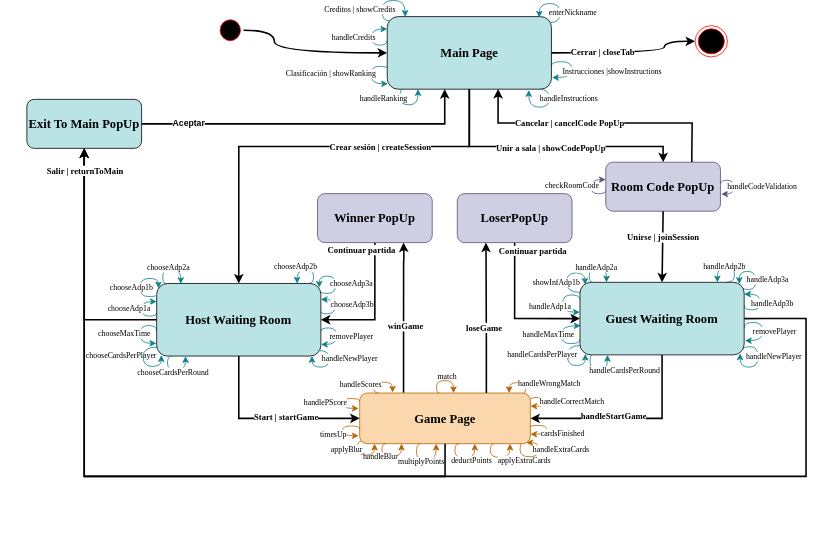
Earlier version of the draw.io export design/images/automata/automatonClient.svg (ximenaGdur/Lince-Web-App). Source tidied: cells renumbered, new cells last; positions are measured from the earlier drawing's top-left corner, leaving out a move shared by most shapes.
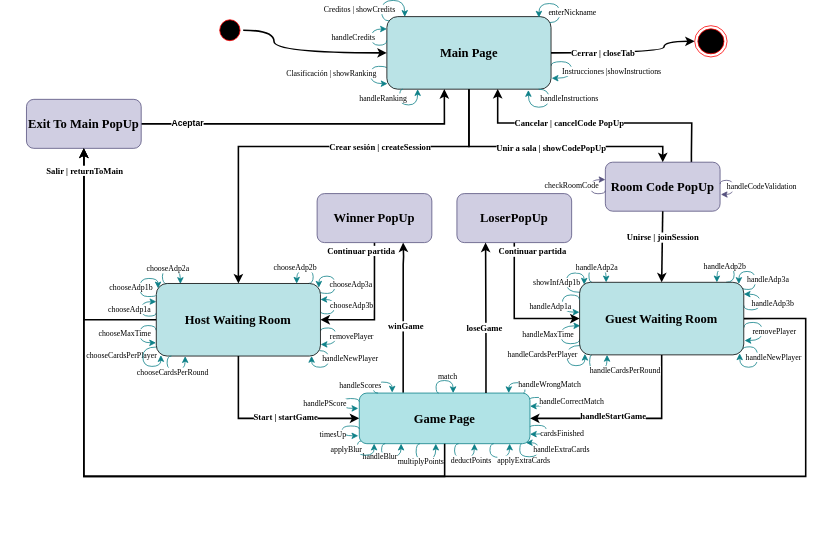
After the change.

Commit message:
Avance04: Contenido XHTML/imágenes

Arreglando los colores de los estados

The edit, as a diff of the source:
```diff
@@ -262,7 +262,7 @@
     <mxCell id="46" value="&lt;b&gt;Aceptar&lt;/b&gt;" style="edgeLabel;html=1;align=center;verticalAlign=middle;" parent="44" vertex="1">
       <mxGeometry x="-0.73" y="1" relative="1" as="geometry" />
     </mxCell>
-    <mxCell id="47" value="&lt;font style=&quot;font-size: 16px;&quot;&gt;Exit To Main PopUp&lt;/font&gt;" style="shape=rect;rounded=1;html=1;whiteSpace=wrap;align=center;fillColor=#BAE3E6;fontFamily=Times New Roman;fontSize=8;fontStyle=1;" parent="1" vertex="1">
+    <mxCell id="47" value="&lt;font style=&quot;font-size: 16px;&quot;&gt;Exit To Main PopUp&lt;/font&gt;" style="shape=rect;rounded=1;html=1;whiteSpace=wrap;align=center;fillColor=#d0cee2;fontFamily=Times New Roman;fontSize=8;fontStyle=1;strokeColor=#56517e;" parent="1" vertex="1">
       <mxGeometry y="126" width="146.1" height="62.4" as="geometry" />
     </mxCell>
     <mxCell id="48" style="edgeStyle=orthogonalEdgeStyle;rounded=0;jettySize=auto;html=1;exitX=1;exitY=0.5;exitDx=0;exitDy=0;entryX=0.5;entryY=1;entryDx=0;entryDy=0;strokeWidth=2;fontFamily=Times New Roman;" parent="1" edge="1" source="91" target="47">
@@ -614,10 +614,10 @@
     <mxCell id="99" value="handleNewPlayer" style="edgeLabel;html=1;align=center;verticalAlign=middle;fontFamily=Times New Roman;fontSize=10;" parent="76" vertex="1">
       <mxGeometry x="294" y="116" as="geometry" />
     </mxCell>
-    <mxCell id="100" value="&lt;font style=&quot;font-size: 16px;&quot;&gt;Game Page&lt;/font&gt;" style="shape=rect;rounded=1;html=1;whiteSpace=wrap;align=center;fillColor=#fad7ac;fontFamily=Times New Roman;fontSize=16;fontStyle=1;strokeColor=#b46504;" parent="1" vertex="1">
+    <mxCell id="100" value="&lt;font style=&quot;font-size: 16px;&quot;&gt;Game Page&lt;/font&gt;" style="shape=rect;rounded=1;html=1;whiteSpace=wrap;align=center;fillColor=#b0e3e6;fontFamily=Times New Roman;fontSize=16;fontStyle=1;strokeColor=#0e8088;" parent="1" vertex="1">
       <mxGeometry x="423.7" y="500" width="217.3" height="64.4" as="geometry" />
     </mxCell>
-    <mxCell id="101" style="edgeStyle=orthogonalEdgeStyle;curved=1;rounded=0;orthogonalLoop=1;jettySize=auto;html=1;exitX=0.042;exitY=0.009;exitDx=0;exitDy=0;exitPerimeter=0;entryX=0.36;entryY=-0.002;entryDx=0;entryDy=0;entryPerimeter=0;fontFamily=Times New Roman;fontSize=8;fillColor=#fad7ac;strokeColor=#b46504;" parent="1" edge="1">
+    <mxCell id="101" style="edgeStyle=orthogonalEdgeStyle;curved=1;rounded=0;orthogonalLoop=1;jettySize=auto;html=1;exitX=0.042;exitY=0.009;exitDx=0;exitDy=0;exitPerimeter=0;entryX=0.36;entryY=-0.002;entryDx=0;entryDy=0;entryPerimeter=0;fontFamily=Times New Roman;fontSize=8;fillColor=#b0e3e6;strokeColor=#0e8088;" parent="1" edge="1">
       <mxGeometry relative="1" as="geometry">
         <mxPoint x="447.6" y="500" as="sourcePoint" />
         <mxPoint x="465.6" y="499.3" as="targetPoint" />
@@ -633,7 +633,7 @@
         <mxPoint x="83" y="-8" as="offset" />
       </mxGeometry>
     </mxCell>
-    <mxCell id="103" style="edgeStyle=orthogonalEdgeStyle;curved=1;rounded=0;orthogonalLoop=1;jettySize=auto;html=1;exitX=-0.001;exitY=0.688;exitDx=0;exitDy=0;exitPerimeter=0;fontFamily=Times New Roman;fontSize=8;fillColor=#fad7ac;strokeColor=#b46504;" parent="1" edge="1">
+    <mxCell id="103" style="edgeStyle=orthogonalEdgeStyle;curved=1;rounded=0;orthogonalLoop=1;jettySize=auto;html=1;exitX=-0.001;exitY=0.688;exitDx=0;exitDy=0;exitPerimeter=0;fontFamily=Times New Roman;fontSize=8;fillColor=#b0e3e6;strokeColor=#0e8088;" parent="1" edge="1">
       <mxGeometry relative="1" as="geometry">
         <mxPoint x="423.7" y="510.9" as="sourcePoint" />
         <mxPoint x="422.4" y="519.5" as="targetPoint" />
@@ -644,7 +644,7 @@
         </Array>
       </mxGeometry>
     </mxCell>
-    <mxCell id="104" style="edgeStyle=orthogonalEdgeStyle;rounded=0;orthogonalLoop=1;jettySize=auto;html=1;exitX=0.75;exitY=0;exitDx=0;exitDy=0;curved=1;fillColor=#fad7ac;strokeColor=#b46504;" parent="1" edge="1">
+    <mxCell id="104" style="edgeStyle=orthogonalEdgeStyle;rounded=0;orthogonalLoop=1;jettySize=auto;html=1;exitX=0.75;exitY=0;exitDx=0;exitDy=0;curved=1;fillColor=#b0e3e6;strokeColor=#0e8088;" parent="1" edge="1">
       <mxGeometry relative="1" as="geometry">
         <mxPoint x="632.7" y="500" as="sourcePoint" />
         <mxPoint x="614" y="500" as="targetPoint" />
@@ -658,7 +658,7 @@
     <mxCell id="105" value="handleWrongMatch" style="edgeLabel;html=1;align=center;verticalAlign=middle;fontSize=10;fontFamily=Times New Roman;" parent="1" vertex="1">
       <mxGeometry x="664.9" y="488" as="geometry" />
     </mxCell>
-    <mxCell id="106" style="edgeStyle=orthogonalEdgeStyle;curved=1;rounded=0;orthogonalLoop=1;jettySize=auto;html=1;exitX=0.25;exitY=1;exitDx=0;exitDy=0;fontFamily=Times New Roman;fontSize=8;entryX=1.002;entryY=0.726;entryDx=0;entryDy=0;entryPerimeter=0;fillColor=#fad7ac;strokeColor=#b46504;" parent="1" edge="1">
+    <mxCell id="106" style="edgeStyle=orthogonalEdgeStyle;curved=1;rounded=0;orthogonalLoop=1;jettySize=auto;html=1;exitX=0.25;exitY=1;exitDx=0;exitDy=0;fontFamily=Times New Roman;fontSize=8;entryX=1.002;entryY=0.726;entryDx=0;entryDy=0;entryPerimeter=0;fillColor=#b0e3e6;strokeColor=#0e8088;" parent="1" edge="1">
       <mxGeometry relative="1" as="geometry">
         <mxPoint x="641" y="507.6" as="sourcePoint" />
         <mxPoint x="641.1" y="516.7" as="targetPoint" />
@@ -679,7 +679,7 @@
         <mxPoint x="-1" y="-1" as="offset" />
       </mxGeometry>
     </mxCell>
-    <mxCell id="109" style="edgeStyle=orthogonalEdgeStyle;curved=1;rounded=0;orthogonalLoop=1;jettySize=auto;html=1;exitX=-0.001;exitY=0.688;exitDx=0;exitDy=0;exitPerimeter=0;fontFamily=Times New Roman;fontSize=8;fillColor=#fad7ac;strokeColor=#b46504;" parent="1" edge="1">
+    <mxCell id="109" style="edgeStyle=orthogonalEdgeStyle;curved=1;rounded=0;orthogonalLoop=1;jettySize=auto;html=1;exitX=-0.001;exitY=0.688;exitDx=0;exitDy=0;exitPerimeter=0;fontFamily=Times New Roman;fontSize=8;fillColor=#b0e3e6;strokeColor=#0e8088;" parent="1" edge="1">
       <mxGeometry relative="1" as="geometry">
         <mxPoint x="423.7" y="545.8" as="sourcePoint" />
         <mxPoint x="422.4" y="554.4" as="targetPoint" />
@@ -695,7 +695,7 @@
         <mxPoint x="-1" as="offset" />
       </mxGeometry>
     </mxCell>
-    <mxCell id="111" style="edgeStyle=orthogonalEdgeStyle;curved=1;rounded=0;orthogonalLoop=1;jettySize=auto;html=1;exitX=0.25;exitY=1;exitDx=0;exitDy=0;fontFamily=Times New Roman;fontSize=8;entryX=1.002;entryY=0.726;entryDx=0;entryDy=0;entryPerimeter=0;fillColor=#fad7ac;strokeColor=#b46504;" parent="1" edge="1">
+    <mxCell id="111" style="edgeStyle=orthogonalEdgeStyle;curved=1;rounded=0;orthogonalLoop=1;jettySize=auto;html=1;exitX=0.25;exitY=1;exitDx=0;exitDy=0;fontFamily=Times New Roman;fontSize=8;entryX=1.002;entryY=0.726;entryDx=0;entryDy=0;entryPerimeter=0;fillColor=#b0e3e6;strokeColor=#0e8088;" parent="1" edge="1">
       <mxGeometry relative="1" as="geometry">
         <mxPoint x="641" y="543.2" as="sourcePoint" />
         <mxPoint x="641.1" y="552.3" as="targetPoint" />
@@ -711,7 +711,7 @@
         <mxPoint x="8" as="offset" />
       </mxGeometry>
     </mxCell>
-    <mxCell id="113" style="edgeStyle=orthogonalEdgeStyle;curved=1;rounded=0;orthogonalLoop=1;jettySize=auto;html=1;fontFamily=Times New Roman;fontSize=8;fillColor=#fad7ac;strokeColor=#b46504;" parent="1" edge="1">
+    <mxCell id="113" style="edgeStyle=orthogonalEdgeStyle;curved=1;rounded=0;orthogonalLoop=1;jettySize=auto;html=1;fontFamily=Times New Roman;fontSize=8;fillColor=#b0e3e6;strokeColor=#0e8088;" parent="1" edge="1">
       <mxGeometry relative="1" as="geometry">
         <mxPoint x="456.7" y="564.4" as="sourcePoint" />
         <mxPoint x="476.9" y="564.5" as="targetPoint" />
@@ -749,7 +749,7 @@
     <mxCell id="118" value="&lt;b&gt;loseGame&lt;/b&gt;" style="edgeLabel;html=1;align=center;verticalAlign=middle;fontFamily=Times New Roman;" parent="1" vertex="1">
       <mxGeometry x="582" y="416" as="geometry" />
     </mxCell>
-    <mxCell id="119" style="edgeStyle=orthogonalEdgeStyle;curved=1;rounded=0;orthogonalLoop=1;jettySize=auto;html=1;fontFamily=Times New Roman;fontSize=8;fillColor=#fad7ac;strokeColor=#b46504;" parent="1" edge="1">
+    <mxCell id="119" style="edgeStyle=orthogonalEdgeStyle;curved=1;rounded=0;orthogonalLoop=1;jettySize=auto;html=1;fontFamily=Times New Roman;fontSize=8;fillColor=#b0e3e6;strokeColor=#0e8088;" parent="1" edge="1">
       <mxGeometry relative="1" as="geometry">
         <mxPoint x="500.9" y="564.4" as="sourcePoint" />
         <mxPoint x="521.1" y="564.5" as="targetPoint" />
@@ -765,7 +765,7 @@
         <mxPoint x="5" y="5" as="offset" />
       </mxGeometry>
     </mxCell>
-    <mxCell id="121" style="edgeStyle=orthogonalEdgeStyle;curved=1;rounded=0;jettySize=auto;html=1;fontFamily=Times New Roman;fontSize=8;fillColor=#fad7ac;strokeColor=#b46504;entryX=0.087;entryY=1;entryDx=0;entryDy=0;entryPerimeter=0;" parent="1" edge="1" target="100">
+    <mxCell id="121" style="edgeStyle=orthogonalEdgeStyle;curved=1;rounded=0;jettySize=auto;html=1;fontFamily=Times New Roman;fontSize=8;fillColor=#b0e3e6;strokeColor=#0e8088;entryX=0.087;entryY=1;entryDx=0;entryDy=0;entryPerimeter=0;" parent="1" edge="1" target="100">
       <mxGeometry relative="1" as="geometry">
         <mxPoint x="425.9" y="561" as="sourcePoint" />
         <Array as="points">
@@ -780,7 +780,7 @@
         <mxPoint x="-15" y="-4" as="offset" />
       </mxGeometry>
     </mxCell>
-    <mxCell id="123" style="edgeStyle=orthogonalEdgeStyle;curved=1;rounded=0;orthogonalLoop=1;jettySize=auto;html=1;fontFamily=Times New Roman;fontSize=8;fillColor=#fad7ac;strokeColor=#b46504;" parent="1" edge="1">
+    <mxCell id="123" style="edgeStyle=orthogonalEdgeStyle;curved=1;rounded=0;orthogonalLoop=1;jettySize=auto;html=1;fontFamily=Times New Roman;fontSize=8;fillColor=#b0e3e6;strokeColor=#0e8088;" parent="1" edge="1">
       <mxGeometry relative="1" as="geometry">
         <mxPoint x="550.1" y="564.4" as="sourcePoint" />
         <mxPoint x="570.3" y="564.5" as="targetPoint" />
@@ -796,7 +796,7 @@
         <mxPoint x="20" y="5" as="offset" />
       </mxGeometry>
     </mxCell>
-    <mxCell id="125" style="edgeStyle=orthogonalEdgeStyle;curved=1;rounded=0;orthogonalLoop=1;jettySize=auto;html=1;fontFamily=Times New Roman;fontSize=8;fillColor=#fad7ac;strokeColor=#b46504;" parent="1" edge="1">
+    <mxCell id="125" style="edgeStyle=orthogonalEdgeStyle;curved=1;rounded=0;orthogonalLoop=1;jettySize=auto;html=1;fontFamily=Times New Roman;fontSize=8;fillColor=#b0e3e6;strokeColor=#0e8088;" parent="1" edge="1">
       <mxGeometry relative="1" as="geometry">
         <mxPoint x="594.9" y="564.4" as="sourcePoint" />
         <mxPoint x="615.1" y="564.4" as="targetPoint" />
@@ -812,7 +812,7 @@
         <mxPoint x="42" y="5" as="offset" />
       </mxGeometry>
     </mxCell>
-    <mxCell id="127" style="edgeStyle=orthogonalEdgeStyle;curved=1;rounded=0;orthogonalLoop=1;jettySize=auto;html=1;fontFamily=Times New Roman;fontSize=8;fillColor=#fad7ac;strokeColor=#b46504;entryX=0.976;entryY=0.98;entryDx=0;entryDy=0;entryPerimeter=0;exitX=0.95;exitY=1.005;exitDx=0;exitDy=0;exitPerimeter=0;" parent="1" edge="1" source="100" target="100">
+    <mxCell id="127" style="edgeStyle=orthogonalEdgeStyle;curved=1;rounded=0;orthogonalLoop=1;jettySize=auto;html=1;fontFamily=Times New Roman;fontSize=8;fillColor=#b0e3e6;strokeColor=#0e8088;entryX=0.976;entryY=0.98;entryDx=0;entryDy=0;entryPerimeter=0;exitX=0.95;exitY=1.005;exitDx=0;exitDy=0;exitPerimeter=0;" parent="1" edge="1" source="100" target="100">
       <mxGeometry relative="1" as="geometry">
         <Array as="points">
           <mxPoint x="628" y="565" />
@@ -838,7 +838,7 @@
     <mxCell id="130" value="Salir | returnToMain" style="edgeLabel;html=1;align=center;verticalAlign=middle;fontFamily=Times New Roman;fontSize=11;fontStyle=1;" parent="1" vertex="1">
       <mxGeometry x="73" y="216" as="geometry" />
     </mxCell>
-    <mxCell id="131" style="edgeStyle=orthogonalEdgeStyle;curved=1;rounded=0;orthogonalLoop=1;jettySize=auto;html=1;exitX=0.297;exitY=-0.005;exitDx=0;exitDy=0;exitPerimeter=0;fontFamily=Times New Roman;fontSize=8;fillColor=#fad7ac;strokeColor=#b46504;" parent="1" edge="1">
+    <mxCell id="131" style="edgeStyle=orthogonalEdgeStyle;curved=1;rounded=0;orthogonalLoop=1;jettySize=auto;html=1;exitX=0.297;exitY=-0.005;exitDx=0;exitDy=0;exitPerimeter=0;fontFamily=Times New Roman;fontSize=8;fillColor=#b0e3e6;strokeColor=#0e8088;" parent="1" edge="1">
       <mxGeometry relative="1" as="geometry">
         <mxPoint x="524.8" y="499.9" as="sourcePoint" />
         <mxPoint x="543.2" y="500" as="targetPoint" />
```
